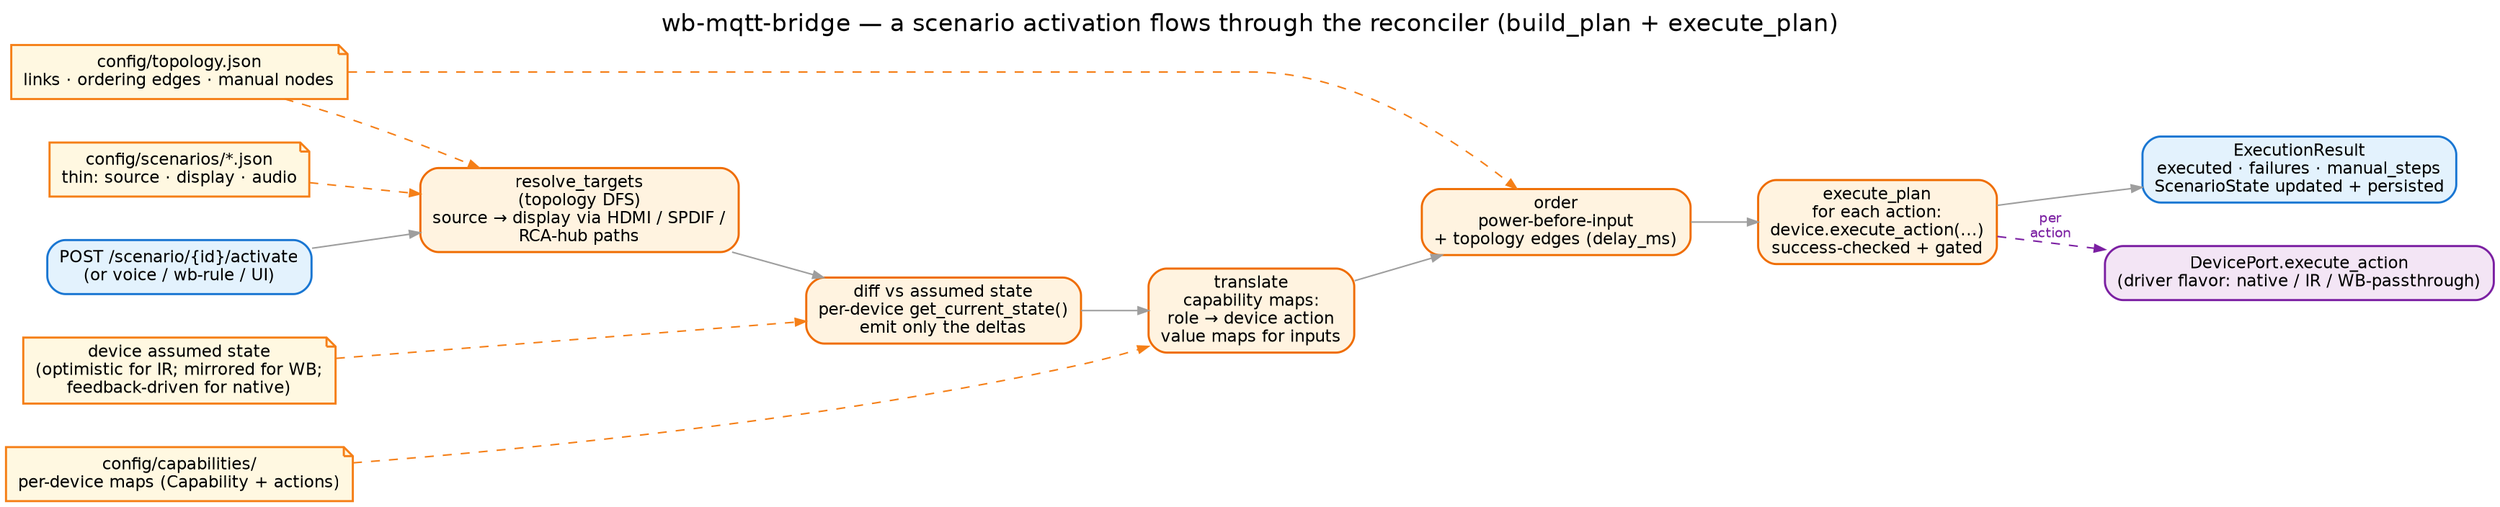
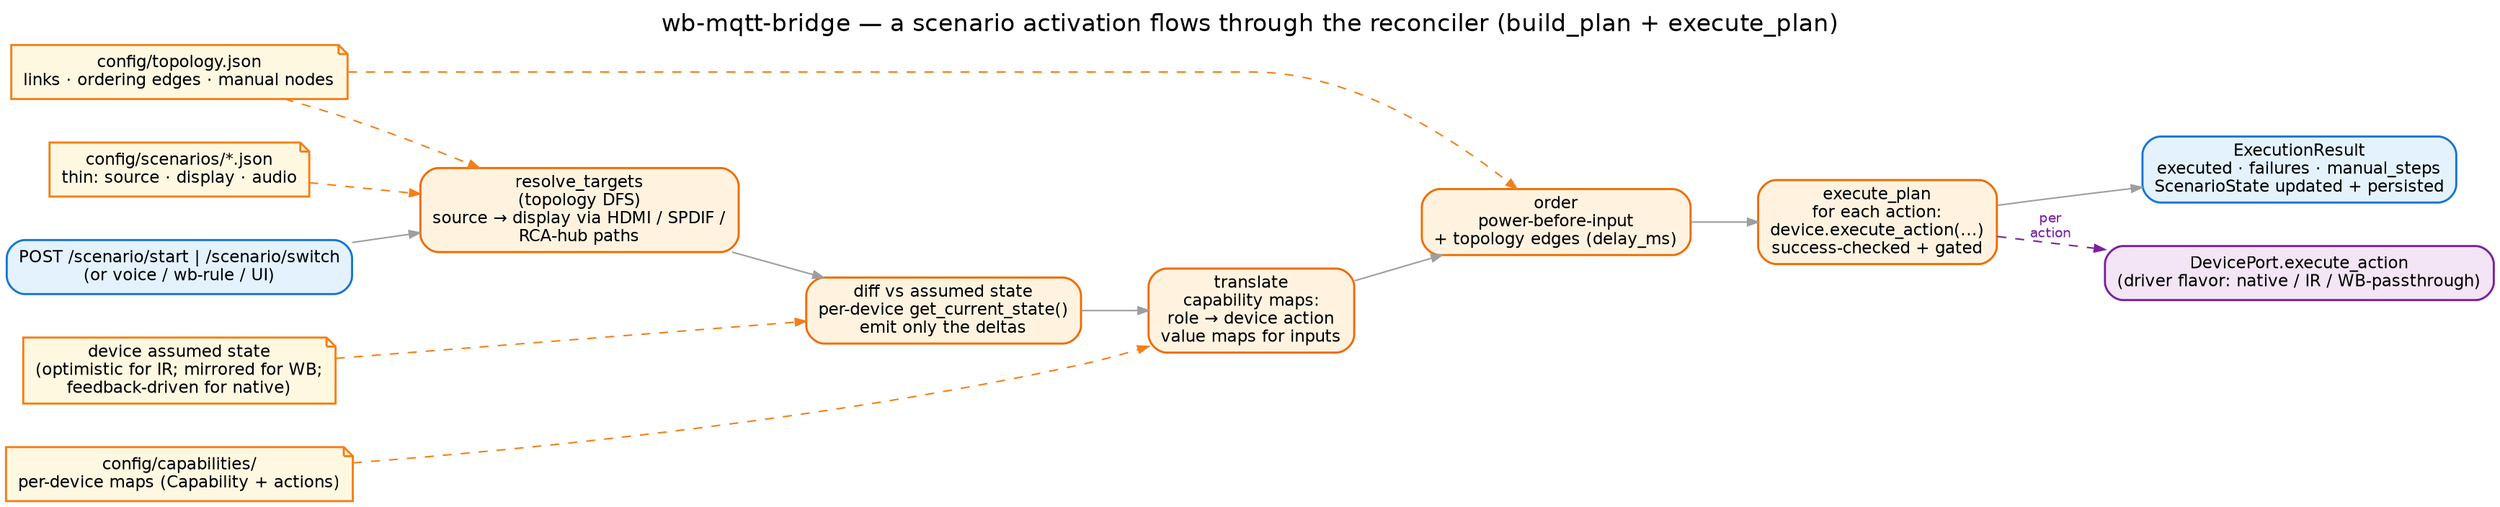
// wb-mqtt-bridge — scenario activation through the reconciler. Render:
//   dot -Tpng docs/images/scenario-reconciler.dot -o docs/images/scenario-reconciler.png
// Palette: see hexagon.dot header.
digraph reconciler {
  rankdir=LR;
  bgcolor="white";
  splines=spline;
  nodesep=0.4; ranksep=0.6;
  fontname="Helvetica"; labelloc=t; fontsize=16;
  label="wb-mqtt-bridge — a scenario activation flows through the reconciler (build_plan + execute_plan)";

  node [fontname="Helvetica", fontsize=11, shape=box, style="filled,rounded", penwidth=1.4];
  edge [fontname="Helvetica", fontsize=9, color="#9e9e9e", arrowsize=0.7];

  // --- the trigger (driving side) ---
-   trigger [label="POST /scenario/{id}/activate\n(or voice / wb-rule / UI)",
+   trigger [label="POST /scenario/start | /scenario/switch\n(or voice / wb-rule / UI)",
           fillcolor="#e3f2fd", color="#1976d2"];

  // --- the pipeline (domain) ---
  resolve   [label="resolve_targets\n(topology DFS)\nsource → display via HDMI / SPDIF /\nRCA-hub paths",
             fillcolor="#fff3e0", color="#ef6c00"];
  diff      [label="diff vs assumed state\nper-device get_current_state()\nemit only the deltas",
             fillcolor="#fff3e0", color="#ef6c00"];
  translate [label="translate\ncapability maps:\nrole → device action\nvalue maps for inputs",
             fillcolor="#fff3e0", color="#ef6c00"];
  order     [label="order\npower-before-input\n+ topology edges (delay_ms)",
             fillcolor="#fff3e0", color="#ef6c00"];
  execute   [label="execute_plan\nfor each action:\ndevice.execute_action(...)\nsuccess-checked + gated",
             fillcolor="#fff3e0", color="#ef6c00"];

  result [label="ExecutionResult\nexecuted · failures · manual_steps\nScenarioState updated + persisted",
          fillcolor="#e3f2fd", color="#1976d2"];

  // --- declarative inputs (data nodes) ---
  topology  [label="config/topology.json\nlinks · ordering edges · manual nodes",
             shape=note, fillcolor="#fff8e1", color="#f57f17"];
  capmaps   [label="config/capabilities/\nper-device maps (Capability + actions)",
             shape=note, fillcolor="#fff8e1", color="#f57f17"];
  states    [label="device assumed state\n(optimistic for IR; mirrored for WB;\nfeedback-driven for native)",
             shape=note, fillcolor="#fff8e1", color="#f57f17"];
  scenariof [label="config/scenarios/*.json\nthin: source · display · audio",
             shape=note, fillcolor="#fff8e1", color="#f57f17"];

  // --- adapters reached during execute (driven side) ---
  devport   [label="DevicePort.execute_action\n(driver flavor: native / IR / WB-passthrough)",
             fillcolor="#f3e5f5", color="#7b1fa2"];

  // pipeline
  trigger -> resolve -> diff -> translate -> order -> execute -> result;

  // data inputs
  scenariof -> resolve   [style=dashed, color="#f57f17"];
  topology  -> resolve   [style=dashed, color="#f57f17"];
  topology  -> order     [style=dashed, color="#f57f17"];
  states    -> diff      [style=dashed, color="#f57f17"];
  capmaps   -> translate [style=dashed, color="#f57f17"];

  // execution reaches the driver flavor through the port
  execute -> devport [style=dashed, label="per\naction", color="#7b1fa2", fontcolor="#7b1fa2"];

  {rank=same; scenariof; topology; capmaps; states}
}
